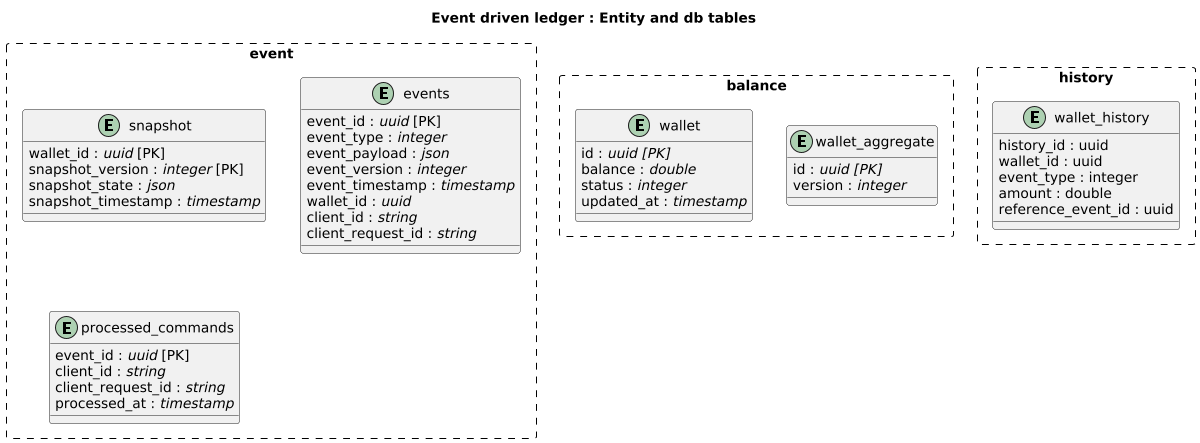
raj-mistry-01/Event-Driven-Ledger keeps this PlantUML diagram as software-docs/entity model/er_system.png. Above is the earlier version. Source of this version:
```plantuml
@startuml
skinparam linetype ortho
skinparam packageStyle rectangle

title "Event driven ledger : Entity and db tables"

scale 1200*1200

package event #line.dashed{
entity snapshot {
  wallet_id : //uuid// [PK]
  snapshot_version : //integer// [PK]
  snapshot_state : //json//
  snapshot_timestamp : //timestamp//
}

entity events {
  event_id : //uuid// [PK]
  event_type : //integer//
  event_payload : //json//
  event_version : //integer//
  event_timestamp : //timestamp//
  wallet_id : //uuid//
  client_id : //string//
  client_request_id : //string//
}

entity processed_commands {
  event_id : //uuid// [PK]
  client_id : //string//
  client_request_id : //string//
  processed_at : //timestamp//
}
}

package balance #line.dashed{
entity wallet {
  id : //uuid [PK]//
  balance : //double//
  status : //integer//
  updated_at : //timestamp//
}

entity wallet_aggregate{
    id : //uuid [PK]//
    version : //integer//
}
}


package "history" #line.dashed{
entity wallet_history {
  history_id : uuid
  wallet_id : uuid
  event_type : integer
  amount : double
  reference_event_id : uuid
}
}
@enduml
```
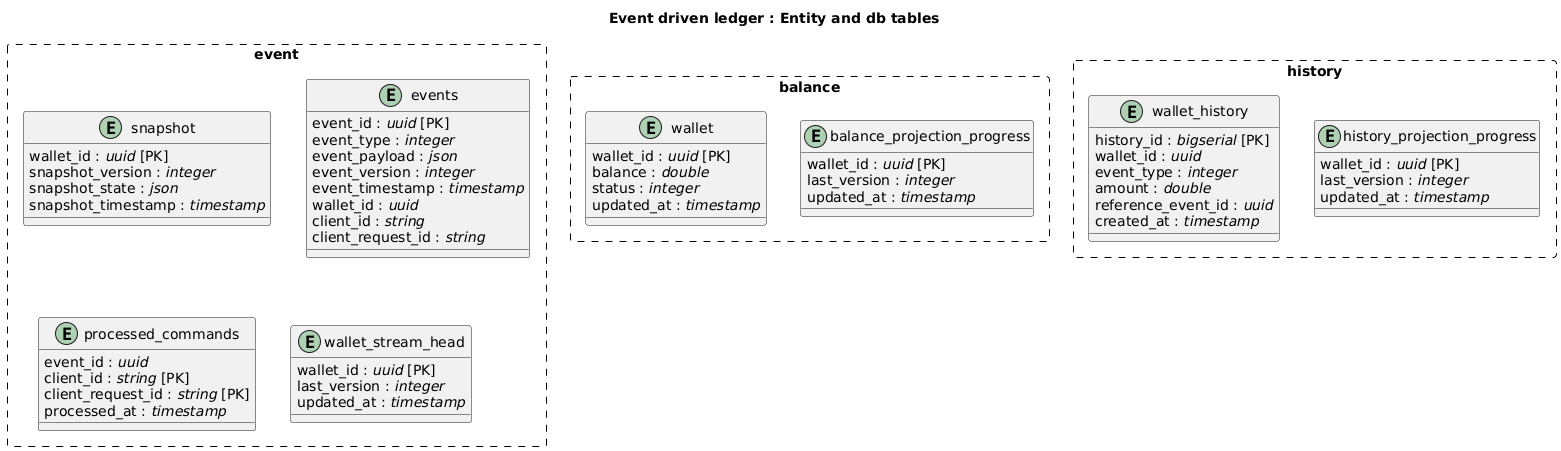
The same file after the commit.

Commit message:
Added the postgresql ddl files and entity diagrams for the same

Diff of the diagram source:
```diff
@@ -4,12 +4,12 @@
 
 title "Event driven ledger : Entity and db tables"
 
-scale 1200*1200
+
 
 package event #line.dashed{
 entity snapshot {
   wallet_id : //uuid// [PK]
-  snapshot_version : //integer// [PK]
+  snapshot_version : //integer//
   snapshot_state : //json//
   snapshot_timestamp : //timestamp//
 }
@@ -26,35 +26,54 @@
 }
 
 entity processed_commands {
-  event_id : //uuid// [PK]
-  client_id : //string//
-  client_request_id : //string//
+  event_id : //uuid//
+  client_id : //string// [PK]
+  client_request_id : //string// [PK]
   processed_at : //timestamp//
 }
+
+entity wallet_stream_head {
+  wallet_id : //uuid// [PK]
+  last_version : //integer//
+  updated_at : //timestamp//
 }
+
+}
+
+
 
 package balance #line.dashed{
 entity wallet {
-  id : //uuid [PK]//
+  wallet_id : //uuid// [PK]
   balance : //double//
   status : //integer//
   updated_at : //timestamp//
 }
 
-entity wallet_aggregate{
-    id : //uuid [PK]//
-    version : //integer//
+entity balance_projection_progress {
+  wallet_id : //uuid// [PK]
+  last_version : //integer//
+  updated_at : //timestamp//
 }
+
 }
 
 
 package "history" #line.dashed{
 entity wallet_history {
-  history_id : uuid
-  wallet_id : uuid
-  event_type : integer
-  amount : double
-  reference_event_id : uuid
+  history_id : //bigserial// [PK]
+  wallet_id : //uuid//
+  event_type : //integer//
+  amount : //double//
+  reference_event_id : //uuid//
+  created_at : //timestamp//
 }
+
+entity history_projection_progress {
+  wallet_id : //uuid// [PK]
+  last_version : //integer//
+  updated_at : //timestamp//
+}
+
 }
 @enduml
```
